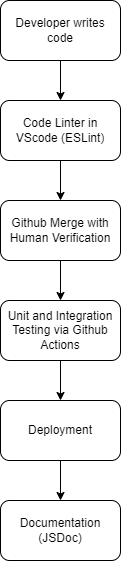
Above: admin/cipipeline/phase1.drawio.png in cse110-sp23-group13/cse110-sp23-group13 (draw.io), before the change. Source tidied: cells renumbered, new cells last; positions are measured from the earlier drawing's top-left corner, leaving out a move shared by most shapes. The source it was exported from:
```xml
<mxGraphModel>
  <root>
    <mxCell id="0" />
    <mxCell id="1" parent="0" />
    <mxCell id="2" style="edgeStyle=none;html=1;" parent="1" edge="1" source="3" target="5">
      <mxGeometry relative="1" as="geometry" />
    </mxCell>
    <mxCell id="3" value="Developer writes code" style="rounded=1;whiteSpace=wrap;html=1;" parent="1" vertex="1">
      <mxGeometry width="120" height="60" as="geometry" />
    </mxCell>
    <mxCell id="4" style="edgeStyle=none;html=1;" parent="1" edge="1" source="5" target="7">
      <mxGeometry relative="1" as="geometry" />
    </mxCell>
    <mxCell id="5" value="Code Linter in VScode (ESLint)" style="rounded=1;whiteSpace=wrap;html=1;" parent="1" vertex="1">
      <mxGeometry y="100" width="120" height="60" as="geometry" />
    </mxCell>
    <mxCell id="6" style="edgeStyle=none;html=1;" parent="1" edge="1" source="7" target="9">
      <mxGeometry relative="1" as="geometry" />
    </mxCell>
    <mxCell id="7" value="Github Merge with Human Verification" style="rounded=1;whiteSpace=wrap;html=1;" parent="1" vertex="1">
      <mxGeometry y="200" width="120" height="60" as="geometry" />
    </mxCell>
    <mxCell id="8" style="edgeStyle=none;html=1;" parent="1" edge="1" source="9" target="11">
      <mxGeometry relative="1" as="geometry" />
    </mxCell>
    <mxCell id="9" value="Unit and Integration Testing via Github Actions" style="rounded=1;whiteSpace=wrap;html=1;" parent="1" vertex="1">
      <mxGeometry y="300" width="120" height="60" as="geometry" />
    </mxCell>
    <mxCell id="10" style="edgeStyle=none;html=1;" parent="1" edge="1" source="11" target="12">
      <mxGeometry relative="1" as="geometry" />
    </mxCell>
    <mxCell id="11" value="Deployment" style="rounded=1;whiteSpace=wrap;html=1;" parent="1" vertex="1">
      <mxGeometry y="400" width="120" height="60" as="geometry" />
    </mxCell>
    <mxCell id="12" value="Documentation (JSDoc)" style="rounded=1;whiteSpace=wrap;html=1;" parent="1" vertex="1">
      <mxGeometry y="500" width="120" height="60" as="geometry" />
    </mxCell>
  </root>
</mxGraphModel>
```
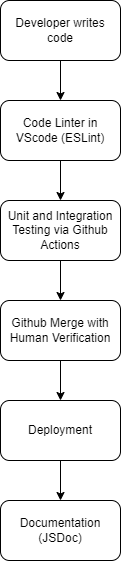
After the commit.

What changed in the source:
```diff
@@ -17,13 +17,13 @@
     <mxCell id="6" style="edgeStyle=none;html=1;" parent="1" edge="1" source="7" target="9">
       <mxGeometry relative="1" as="geometry" />
     </mxCell>
-    <mxCell id="7" value="Github Merge with Human Verification" style="rounded=1;whiteSpace=wrap;html=1;" parent="1" vertex="1">
+    <mxCell id="7" value="Unit and Integration Testing via Github Actions" style="rounded=1;whiteSpace=wrap;html=1;" parent="1" vertex="1">
       <mxGeometry y="200" width="120" height="60" as="geometry" />
     </mxCell>
     <mxCell id="8" style="edgeStyle=none;html=1;" parent="1" edge="1" source="9" target="11">
       <mxGeometry relative="1" as="geometry" />
     </mxCell>
-    <mxCell id="9" value="Unit and Integration Testing via Github Actions" style="rounded=1;whiteSpace=wrap;html=1;" parent="1" vertex="1">
+    <mxCell id="9" value="Github Merge with Human Verification" style="rounded=1;whiteSpace=wrap;html=1;" parent="1" vertex="1">
       <mxGeometry y="300" width="120" height="60" as="geometry" />
     </mxCell>
     <mxCell id="10" style="edgeStyle=none;html=1;" parent="1" edge="1" source="11" target="12">
```
